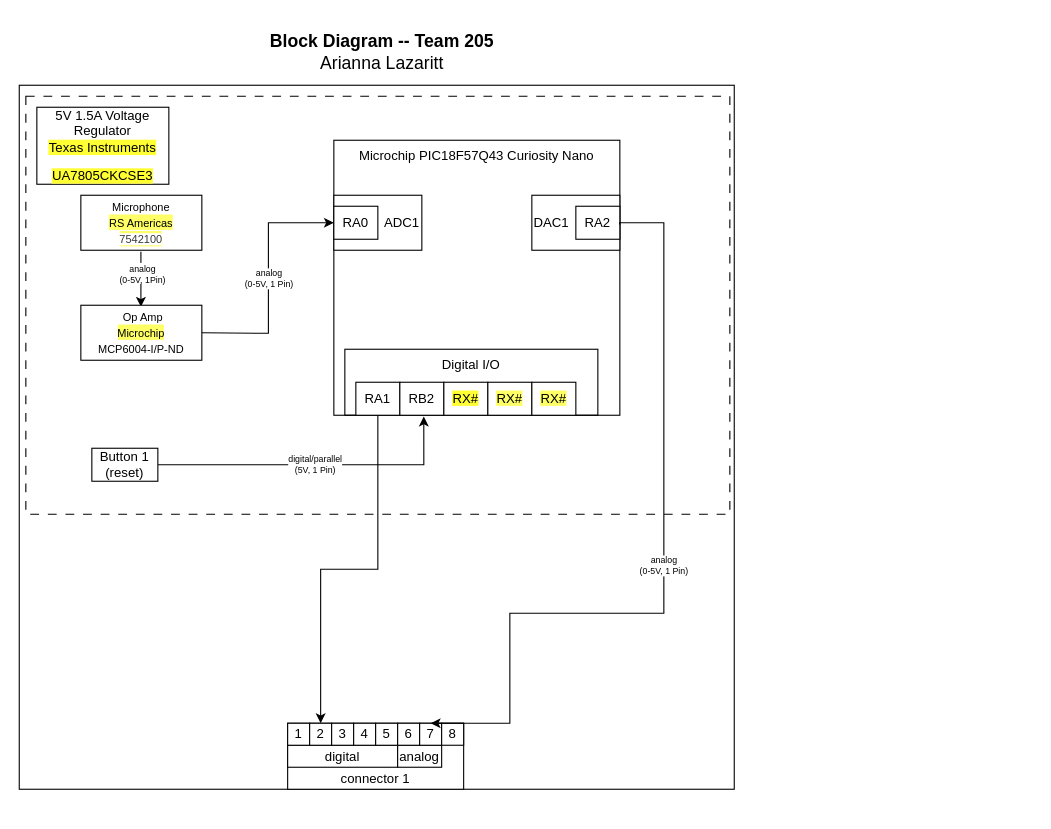
Earlier version of the draw.io diagram docs/01-Block-Diagram/individual block diagram.drawio (alazaritt/alazaritt.github.io). Source tidied: cells renumbered, new cells numbered last; positions are measured from the earlier drawing's top-left corner, leaving out a move shared by most shapes. Both pictures are drawn from the tidied source at 110%, with x=0, y=0 at pixel (19, 19).
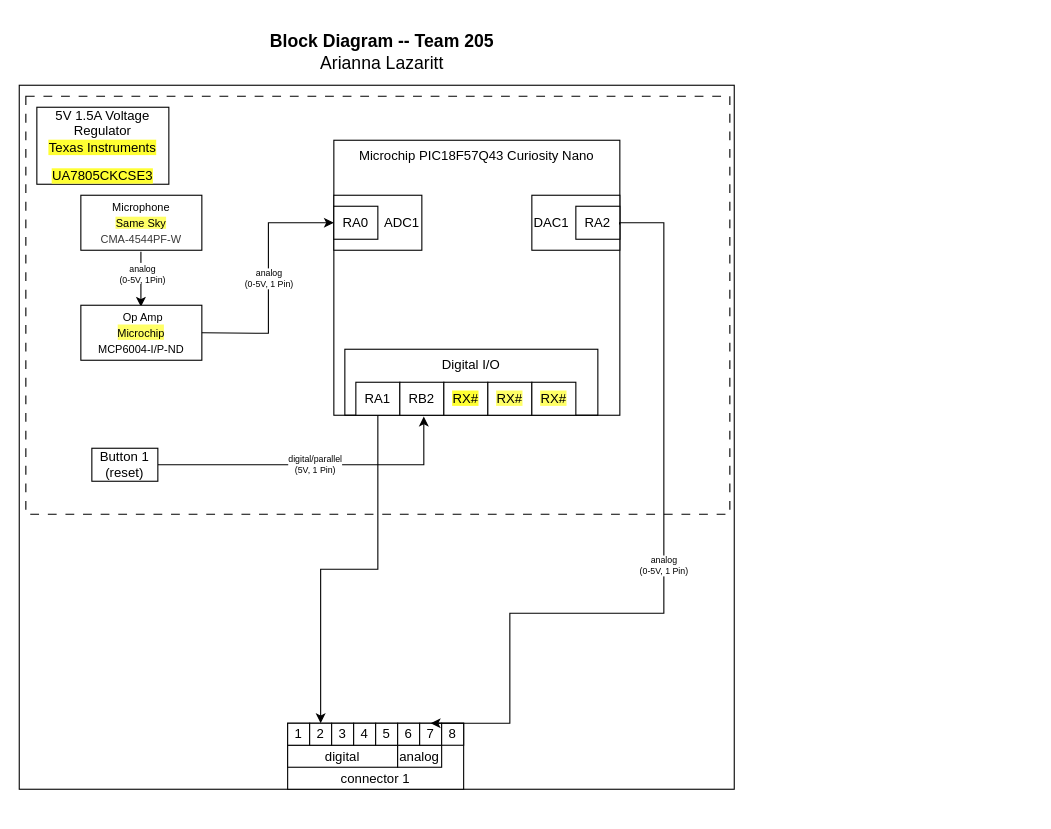
The same diagram, later.

The change refers to these unchanged cells:
```xml
<mxCell id="2" style="group;" parent="1" vertex="1">
  <mxGeometry x="170" y="30" width="750" height="690" as="geometry" />
</mxCell>
```

Diff of the diagram source:
```diff
@@
-    <mxCell id="10" value="&lt;div&gt;&lt;font style=&quot;font-size: 10px;&quot; face=&quot;Helvetica&quot;&gt;Microphone&lt;/font&gt;&lt;/div&gt;&lt;div&gt;&lt;div&gt;&lt;span style=&quot;background-color: rgb(255, 255, 102);&quot;&gt;&lt;font style=&quot;font-size: 10px;&quot; face=&quot;Helvetica&quot;&gt;RS Americas&lt;/font&gt;&lt;/span&gt;&lt;/div&gt;&lt;/div&gt;&lt;div&gt;&lt;span style=&quot;background-color: rgb(255, 255, 102);&quot;&gt;&lt;font style=&quot;font-size: 10px;&quot; face=&quot;Helvetica&quot;&gt;&lt;span style=&quot;color: rgb(57, 57, 57); text-align: start; background-color: rgb(255, 255, 255);&quot;&gt;7542100&lt;/span&gt;&lt;/font&gt;&lt;/span&gt;&lt;/div&gt;" style="rounded=0;whiteSpace=wrap;html=1;" parent="2" vertex="1">
+    <mxCell id="10" value="&lt;div&gt;&lt;font style=&quot;font-size: 10px;&quot; face=&quot;Helvetica&quot;&gt;Microphone&lt;/font&gt;&lt;/div&gt;&lt;div&gt;&lt;span style=&quot;font-size: 10px; background-color: rgb(255, 255, 102);&quot;&gt;Same Sky&lt;/span&gt;&lt;/div&gt;&lt;div&gt;&lt;div style=&quot;text-align: start;&quot;&gt;&lt;font color=&quot;#393939&quot;&gt;&lt;span style=&quot;font-size: 10px;&quot;&gt;CMA-4544PF-W&lt;/span&gt;&lt;/font&gt;&lt;/div&gt;&lt;/div&gt;" style="rounded=0;whiteSpace=wrap;html=1;" parent="2" vertex="1">
       <mxGeometry x="-114" y="130" width="110" height="50" as="geometry" />
     </mxCell>
```
